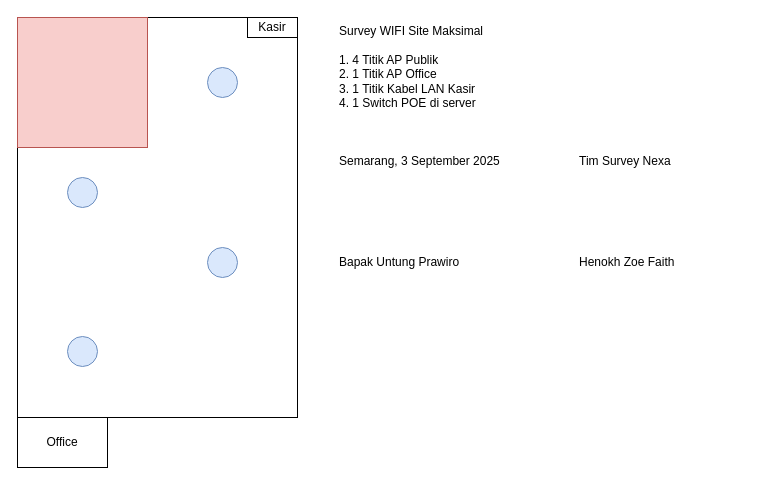
Earlier version of the draw.io diagram Maksimal Billiard.drawio (hnkzf/topologi-site). Source tidied: cells renumbered, new cells numbered last; positions are measured from the earlier drawing's top-left corner, leaving out a move shared by most shapes. Both pictures are drawn from the tidied source at 100%, with x=0, y=0 at pixel (17, 17).
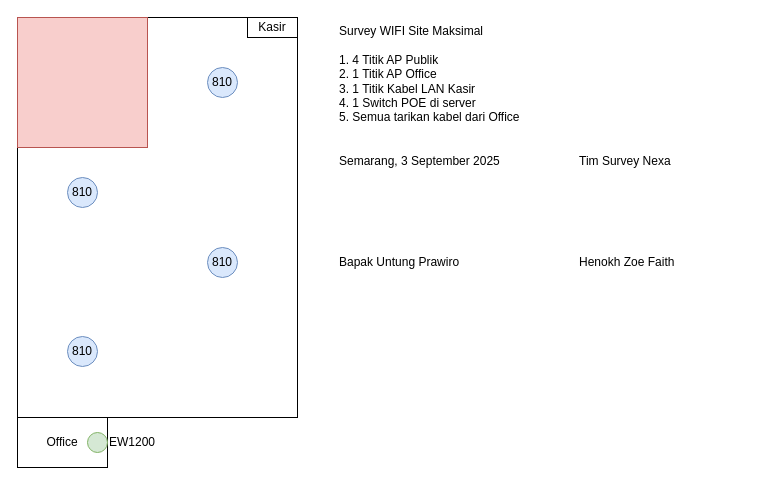
After the change.

Change to the diagram source:
```diff
@@
 <mxGraphModel>
   <root>
     <mxCell id="0" />
     <mxCell id="1" parent="0" />
     <mxCell id="2" style="rounded=0;whiteSpace=wrap;html=1;" parent="1" vertex="1">
       <mxGeometry width="280" height="400" as="geometry" />
     </mxCell>
     <mxCell id="3" style="rounded=0;whiteSpace=wrap;html=1;fillColor=#f8cecc;strokeColor=#b85450;" parent="1" vertex="1">
       <mxGeometry width="130" height="130" as="geometry" />
     </mxCell>
-    <mxCell id="4" style="ellipse;whiteSpace=wrap;html=1;fillColor=#dae8fc;strokeColor=#6c8ebf;" parent="1" vertex="1">
+    <mxCell id="4" value="810" style="ellipse;whiteSpace=wrap;html=1;fillColor=#dae8fc;strokeColor=#6c8ebf;" parent="1" vertex="1">
       <mxGeometry x="190" y="50" width="30" height="30" as="geometry" />
     </mxCell>
-    <mxCell id="5" style="ellipse;whiteSpace=wrap;html=1;fillColor=#dae8fc;strokeColor=#6c8ebf;" parent="1" vertex="1">
+    <mxCell id="5" value="810" style="ellipse;whiteSpace=wrap;html=1;fillColor=#dae8fc;strokeColor=#6c8ebf;" parent="1" vertex="1">
       <mxGeometry x="50" y="160" width="30" height="30" as="geometry" />
     </mxCell>
-    <mxCell id="6" style="ellipse;whiteSpace=wrap;html=1;fillColor=#dae8fc;strokeColor=#6c8ebf;" parent="1" vertex="1">
+    <mxCell id="6" value="810" style="ellipse;whiteSpace=wrap;html=1;fillColor=#dae8fc;strokeColor=#6c8ebf;" parent="1" vertex="1">
       <mxGeometry x="50" y="319" width="30" height="30" as="geometry" />
     </mxCell>
-    <mxCell id="7" style="ellipse;whiteSpace=wrap;html=1;fillColor=#dae8fc;strokeColor=#6c8ebf;" parent="1" vertex="1">
+    <mxCell id="7" value="810" style="ellipse;whiteSpace=wrap;html=1;fillColor=#dae8fc;strokeColor=#6c8ebf;" parent="1" vertex="1">
       <mxGeometry x="190" y="230" width="30" height="30" as="geometry" />
     </mxCell>
     <mxCell id="8" value="Kasir" style="rounded=0;whiteSpace=wrap;html=1;" parent="1" vertex="1">
       <mxGeometry x="230" width="50" height="20" as="geometry" />
     </mxCell>
     <mxCell id="9" value="Office" style="rounded=0;whiteSpace=wrap;html=1;" parent="1" vertex="1">
       <mxGeometry y="400" width="90" height="50" as="geometry" />
     </mxCell>
-    <mxCell id="10" value="Survey WIFI Site Maksimal&lt;div&gt;&lt;br&gt;&lt;/div&gt;&lt;div&gt;1. 4 Titik AP Publik&lt;/div&gt;&lt;div&gt;2. 1 Titik AP Office&lt;/div&gt;&lt;div&gt;3. 1 Titik Kabel LAN Kasir&lt;/div&gt;&lt;div&gt;4. 1 Switch POE di server&lt;/div&gt;" style="text;html=1;align=left;verticalAlign=top;whiteSpace=wrap;rounded=0;" parent="1" vertex="1">
+    <mxCell id="10" value="Survey WIFI Site Maksimal&lt;div&gt;&lt;br&gt;&lt;/div&gt;&lt;div&gt;1. 4 Titik AP Publik&lt;/div&gt;&lt;div&gt;2. 1 Titik AP Office&lt;/div&gt;&lt;div&gt;3. 1 Titik Kabel LAN Kasir&lt;/div&gt;&lt;div&gt;4. 1 Switch POE di server&lt;/div&gt;&lt;div&gt;5. Semua tarikan kabel dari Office&lt;/div&gt;" style="text;html=1;align=left;verticalAlign=top;whiteSpace=wrap;rounded=0;" parent="1" vertex="1">
       <mxGeometry x="320" width="250" height="120" as="geometry" />
     </mxCell>
     <mxCell id="11" value="Semarang, 3 September 2025&lt;div&gt;&lt;br&gt;&lt;/div&gt;&lt;div&gt;&lt;br&gt;&lt;/div&gt;&lt;div&gt;&lt;br&gt;&lt;/div&gt;&lt;div&gt;&lt;br&gt;&lt;/div&gt;&lt;div&gt;&lt;br&gt;&lt;/div&gt;&lt;div&gt;&lt;br&gt;&lt;/div&gt;&lt;div&gt;Bapak Untung Prawiro&lt;/div&gt;" style="text;html=1;align=left;verticalAlign=top;whiteSpace=wrap;rounded=0;" parent="1" vertex="1">
       <mxGeometry x="320" y="130" width="170" height="140" as="geometry" />
     </mxCell>
     <mxCell id="12" value="Tim Survey Nexa&lt;br&gt;&lt;div&gt;&lt;br&gt;&lt;/div&gt;&lt;div&gt;&lt;br&gt;&lt;/div&gt;&lt;div&gt;&lt;br&gt;&lt;/div&gt;&lt;div&gt;&lt;br&gt;&lt;/div&gt;&lt;div&gt;&lt;br&gt;&lt;/div&gt;&lt;div&gt;&lt;br&gt;&lt;/div&gt;&lt;div&gt;Henokh Zoe Faith&lt;/div&gt;" style="text;html=1;align=left;verticalAlign=top;whiteSpace=wrap;rounded=0;" parent="1" vertex="1">
       <mxGeometry x="560" y="130" width="170" height="140" as="geometry" />
     </mxCell>
+    <mxCell id="13" value="EW1200" style="ellipse;whiteSpace=wrap;html=1;fillColor=#d5e8d4;strokeColor=#82b366;labelPosition=right;verticalLabelPosition=middle;align=left;verticalAlign=middle;" parent="1" vertex="1">
+      <mxGeometry x="70" y="415" width="20" height="20" as="geometry" />
+    </mxCell>
   </root>
 </mxGraphModel>
```
